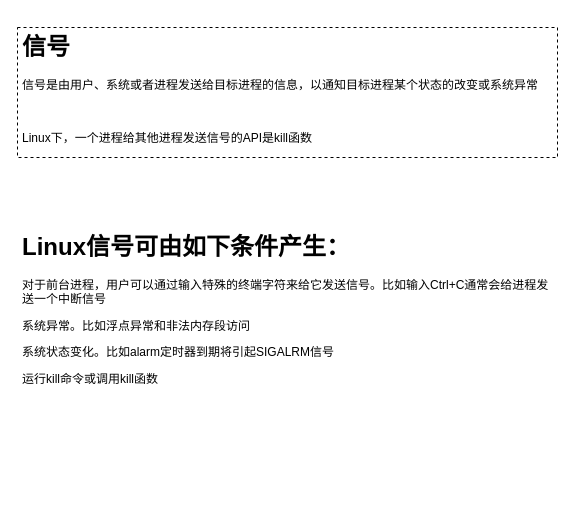
Before: page "信号" (8 of 9) of linux服务器编程.drawio in zhaoyb-coder/blog, a draw.io diagram. Source tidied: cells renumbered, new cells numbered last; positions are measured from the earlier drawing's top-left corner, leaving out a move shared by most shapes. Both pictures are drawn from the tidied source at 100%, with x=0, y=0 at pixel (17, 27).
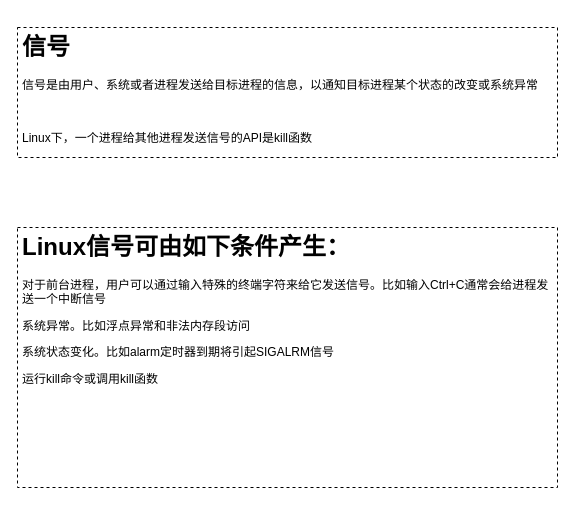
The same page after the edit.

What changed in the source:
```diff
@@
 <mxGraphModel>
   <root>
     <mxCell id="0" />
     <mxCell id="1" parent="0" />
     <mxCell id="2" value="&lt;h1&gt;信号&lt;/h1&gt;&lt;p&gt;信号是由用户、系统或者进程发送给目标进程的信息，以通知目标进程某个状态的改变或系统异常&lt;/p&gt;&lt;p&gt;&lt;br&gt;&lt;/p&gt;&lt;p&gt;Linux下，一个进程给其他进程发送信号的API是kill函数&lt;br&gt;&lt;/p&gt;" style="text;html=1;fillColor=none;spacing=5;spacingTop=-20;whiteSpace=wrap;overflow=hidden;rounded=0;strokeColor=#000000;dashed=1;" parent="1" vertex="1">
       <mxGeometry width="540" height="130" as="geometry" />
     </mxCell>
-    <mxCell id="3" value="&lt;h1&gt;Linux信号可由如下条件产生：&lt;/h1&gt;&lt;p&gt;对于前台进程，用户可以通过输入特殊的终端字符来给它发送信号。比如输入Ctrl+C通常会给进程发送一个中断信号&lt;/p&gt;&lt;p&gt;系统异常。比如浮点异常和非法内存段访问&lt;br&gt;&lt;/p&gt;&lt;p&gt;系统状态变化。比如alarm定时器到期将引起SIGALRM信号&lt;br&gt;&lt;/p&gt;&lt;p&gt;运行kill命令或调用kill函数&lt;br&gt;&lt;/p&gt;&lt;p&gt;&lt;br&gt;&lt;/p&gt;" style="text;html=1;strokeColor=none;fillColor=none;spacing=5;spacingTop=-20;whiteSpace=wrap;overflow=hidden;rounded=0;dashed=1;" parent="1" vertex="1">
+    <mxCell id="3" value="&lt;h1&gt;Linux信号可由如下条件产生：&lt;/h1&gt;&lt;p&gt;对于前台进程，用户可以通过输入特殊的终端字符来给它发送信号。比如输入Ctrl+C通常会给进程发送一个中断信号&lt;/p&gt;&lt;p&gt;系统异常。比如浮点异常和非法内存段访问&lt;br&gt;&lt;/p&gt;&lt;p&gt;系统状态变化。比如alarm定时器到期将引起SIGALRM信号&lt;br&gt;&lt;/p&gt;&lt;p&gt;运行kill命令或调用kill函数&lt;br&gt;&lt;/p&gt;&lt;p&gt;&lt;br&gt;&lt;/p&gt;" style="text;html=1;fillColor=none;spacing=5;spacingTop=-20;whiteSpace=wrap;overflow=hidden;rounded=0;dashed=1;strokeColor=#000000;" parent="1" vertex="1">
       <mxGeometry y="200" width="540" height="260" as="geometry" />
     </mxCell>
   </root>
 </mxGraphModel>
```
